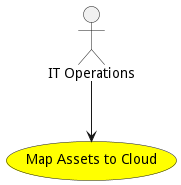
Earlier version of the PlantUML export docs/edgemere/sml/cb/usecases/mapassetstocloud/Activities.png (madajaju/edgemere). The source it was exported from:
```plantuml
@startuml


usecase "Map Assets to Cloud" as MapAssetstoCloud #yellow

Actor "IT Operations" as ITOperations

ITOperations --> MapAssetstoCloud











@enduml
```
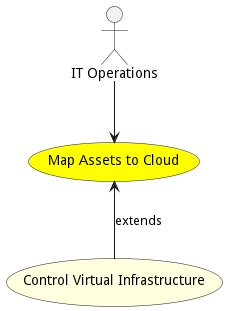
After the commit.

Diff of the diagram source:
```diff
@@ -11,6 +11,10 @@
 
 
 
+usecase "Control Virtual Infrastructure" as ControlVirtualInfrastructure #lightyellow
+
+MapAssetstoCloud <-- ControlVirtualInfrastructure : extends
+
 
 
 
```
